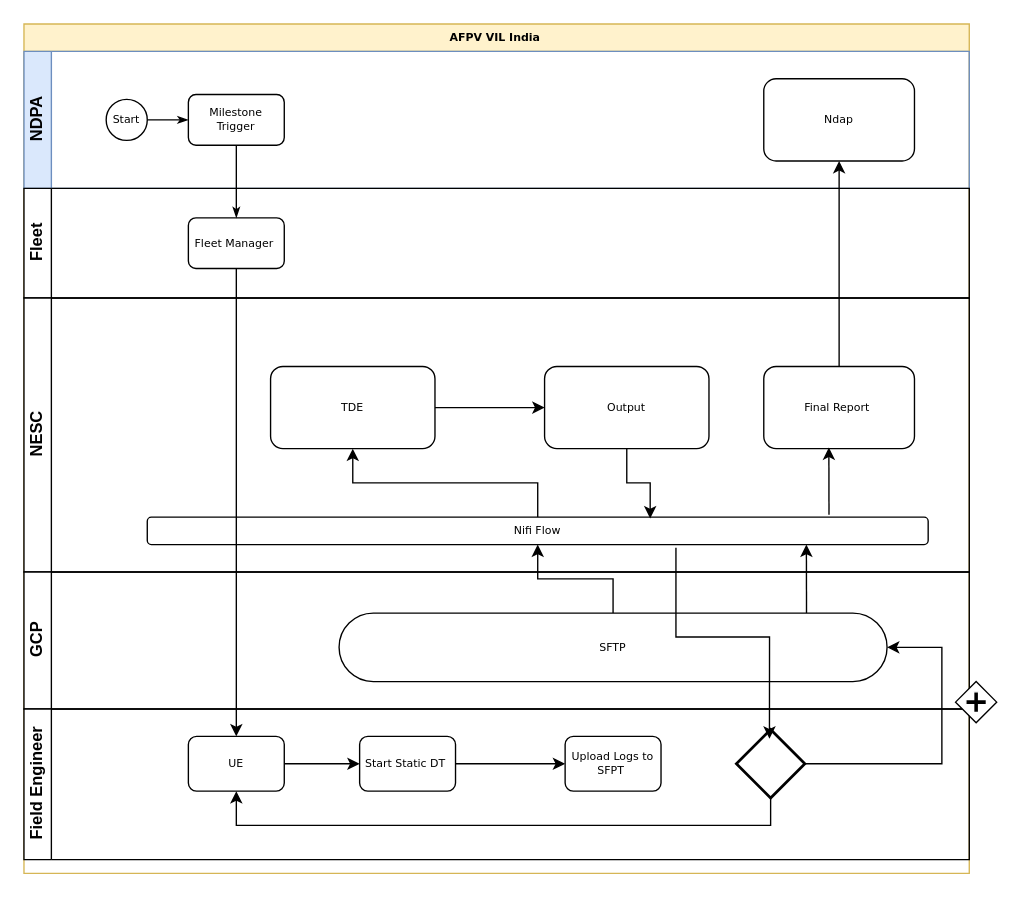
Earlier version of the draw.io diagram Untitled Diagram.drawio (krishnachandrans/Gitdata). Source tidied: cells renumbered, new cells numbered last; positions are measured from the earlier drawing's top-left corner, leaving out a move shared by most shapes. Both pictures are drawn from the tidied source at 137%, with x=0, y=0 at pixel (23, 23).
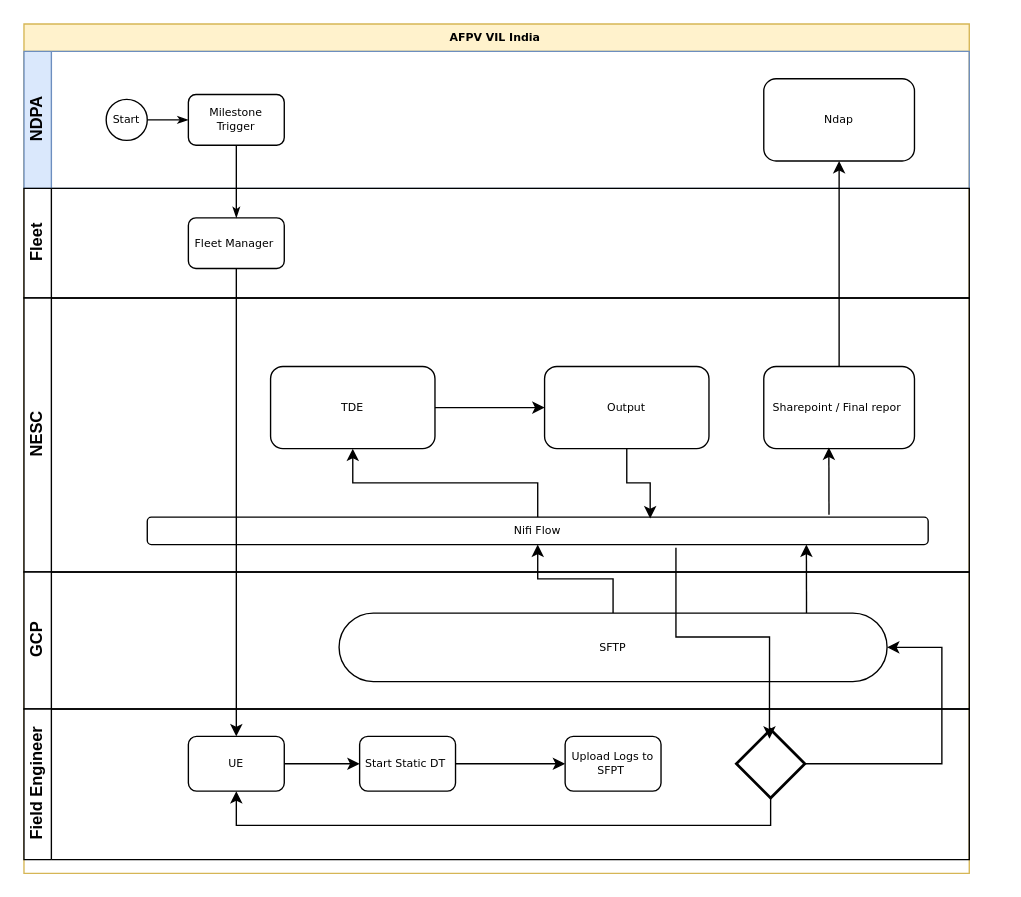
Above is the later version.

Unchanged cells that the change refers to:
```xml
<mxCell id="10" value="NESC" style="swimlane;html=1;startSize=20;horizontal=0;" parent="2" vertex="1">
  <mxGeometry y="200" width="690" height="200" as="geometry" />
</mxCell>
```

The edit, as a diff of the source:
```diff
@@
-    <mxCell id="17" value="Final Report&amp;nbsp;" style="rounded=1;whiteSpace=wrap;html=1;shadow=0;labelBackgroundColor=none;strokeWidth=1;fontFamily=Verdana;fontSize=8;align=center;" parent="10" vertex="1">
+    <mxCell id="17" value="Sharepoint / Final repor&amp;nbsp;" style="rounded=1;whiteSpace=wrap;html=1;shadow=0;labelBackgroundColor=none;strokeWidth=1;fontFamily=Verdana;fontSize=8;align=center;" parent="10" vertex="1">
       <mxGeometry x="540" y="50" width="110" height="60" as="geometry" />
     </mxCell>
@@
-    <mxCell id="36" style="shape=mxgraph.bpmn.shape;html=1;verticalLabelPosition=bottom;labelBackgroundColor=#ffffff;verticalAlign=top;perimeter=rhombusPerimeter;background=gateway;outline=none;symbol=parallelGw;rounded=1;shadow=0;strokeWidth=1;fontFamily=Verdana;fontSize=8;align=center;" parent="1" vertex="1">
-      <mxGeometry x="680" y="480" width="30" height="30" as="geometry" />
-    </mxCell>
```
